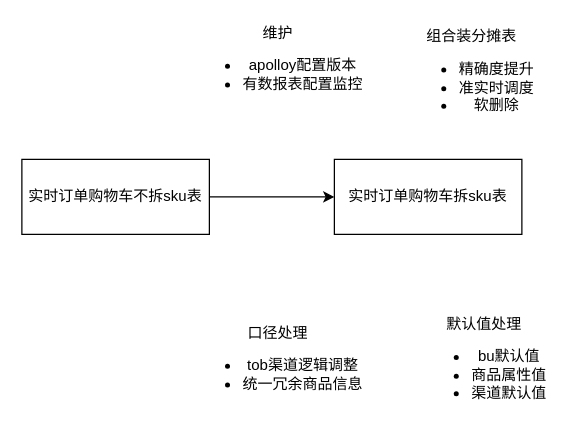
The draw.io diagram 实时底表改造方案.drawio in mineminemine123/work-wiki, before the edit. Source tidied: cells renumbered, new cells numbered last; positions are measured from the earlier drawing's top-left corner, leaving out a move shared by most shapes. Both pictures are drawn from the tidied source at 125%, with x=0, y=0 at pixel (21, 21).
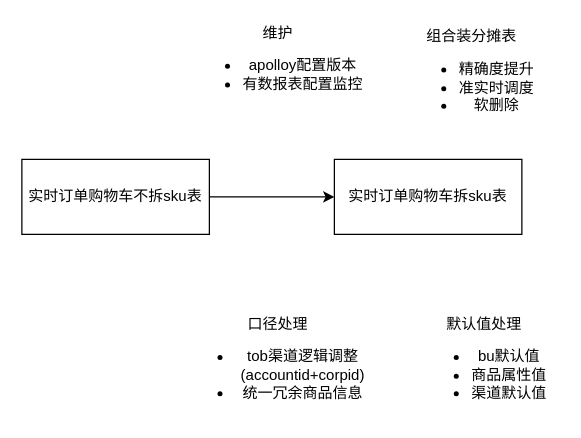
The same page after the edit.

Commit message:
更新实时底表改造方案.drawio

Change to the diagram source:
```diff
@@
 <mxGraphModel>
   <root>
     <mxCell id="0" />
     <mxCell id="1" parent="0" />
     <mxCell id="2" style="edgeStyle=orthogonalEdgeStyle;rounded=0;jettySize=auto;html=1;exitX=1;exitY=0.5;exitDx=0;exitDy=0;entryX=0;entryY=0.5;entryDx=0;entryDy=0;" parent="1" edge="1" source="3" target="8">
       <mxGeometry relative="1" as="geometry" />
     </mxCell>
     <mxCell id="3" value="实时订单购物车不拆sku表" style="rounded=0;whiteSpace=wrap;html=1;" parent="1" vertex="1">
       <mxGeometry y="110" width="150" height="60" as="geometry" />
     </mxCell>
     <mxCell id="4" value="默认值处理&lt;br&gt;&lt;ul&gt;&lt;li&gt;bu默认值&lt;/li&gt;&lt;li&gt;商品属性值&lt;/li&gt;&lt;li&gt;渠道默认值&lt;/li&gt;&lt;/ul&gt;" style="text;html=1;strokeColor=none;fillColor=none;align=center;verticalAlign=middle;whiteSpace=wrap;rounded=0;" parent="1" vertex="1">
       <mxGeometry x="310" y="260" width="120" height="30" as="geometry" />
     </mxCell>
     <mxCell id="5" value="组合装分摊表&lt;br&gt;&lt;ul&gt;&lt;li&gt;精确度提升&lt;/li&gt;&lt;li&gt;准实时调度&lt;/li&gt;&lt;li&gt;软删除&lt;/li&gt;&lt;/ul&gt;" style="text;html=1;strokeColor=none;fillColor=none;align=center;verticalAlign=middle;whiteSpace=wrap;rounded=0;" parent="1" vertex="1">
       <mxGeometry x="290" width="140" height="90" as="geometry" />
     </mxCell>
-    <mxCell id="6" value="口径处理&lt;br&gt;&lt;ul&gt;&lt;li&gt;tob渠道逻辑调整&lt;/li&gt;&lt;li&gt;统一冗余商品信息&lt;/li&gt;&lt;/ul&gt;" style="text;html=1;strokeColor=none;fillColor=none;align=center;verticalAlign=middle;whiteSpace=wrap;rounded=0;" parent="1" vertex="1">
+    <mxCell id="6" value="口径处理&lt;br&gt;&lt;ul&gt;&lt;li&gt;tob渠道逻辑调整(accountid+corpid)&lt;div data-okr=&quot;%7B%22okrDelta%22%3A%5B%7B%22lineType%22%3A%22text%22%2C%22lineOptions%22%3A%7B%7D%2C%22lineContent%22%3A%5B%7B%22opType%22%3A%22text%22%2C%22options%22%3A%7B%22text%22%3A%22accountid_corpid%22%7D%7D%5D%7D%5D%2C%22businessKey%22%3A%22lark-doc%22%7D&quot; class=&quot;okr-block-clipboard lark-doc&quot;&gt;&lt;/div&gt;&lt;/li&gt;&lt;li&gt;统一冗余商品信息&lt;/li&gt;&lt;/ul&gt;" style="text;html=1;strokeColor=none;fillColor=none;align=center;verticalAlign=middle;whiteSpace=wrap;rounded=0;" parent="1" vertex="1">
       <mxGeometry x="130" y="260" width="150" height="30" as="geometry" />
     </mxCell>
     <mxCell id="7" value="维护&lt;br&gt;&lt;ul&gt;&lt;li&gt;apolloy配置版本&lt;/li&gt;&lt;li&gt;有数报表配置监控&lt;/li&gt;&lt;/ul&gt;" style="text;html=1;strokeColor=none;fillColor=none;align=center;verticalAlign=middle;whiteSpace=wrap;rounded=0;" parent="1" vertex="1">
       <mxGeometry x="130" y="20" width="150" height="30" as="geometry" />
     </mxCell>
     <mxCell id="8" value="实时订单购物车拆sku表" style="rounded=0;whiteSpace=wrap;html=1;" parent="1" vertex="1">
       <mxGeometry x="250" y="110" width="150" height="60" as="geometry" />
     </mxCell>
   </root>
 </mxGraphModel>
```
